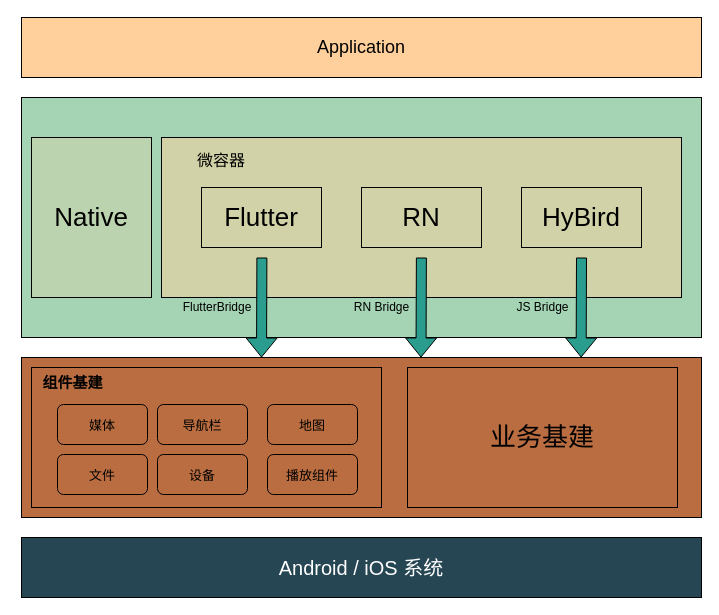
Dcell/drawio keeps this draw.io diagram as mic_container.drawio. Above is the earlier version. Source tidied: cells renumbered, new cells numbered last; positions are measured from the earlier drawing's top-left corner, leaving out a move shared by most shapes. Both pictures are drawn from the tidied source at 100%, with x=0, y=0 at pixel (17, 17).
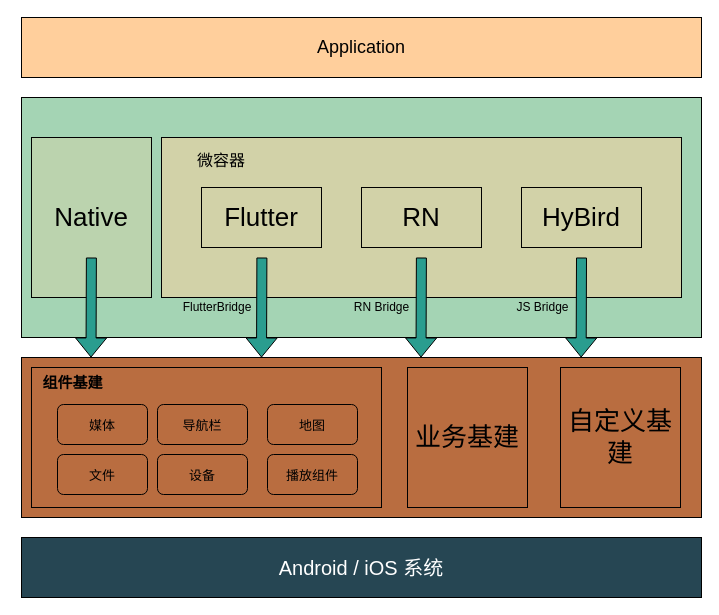
The same page after the edit.

Unchanged cells that the change refers to:
```xml
<mxCell id="2" style="group;" parent="1" vertex="1">
  <mxGeometry width="684" height="580" as="geometry" />
</mxCell>
```

What changed in the source:
```diff
@@
     <mxCell id="7" value="业务基建" style="rounded=0;whiteSpace=wrap;html=1;fillColor=none;fontSize=26;" parent="2" vertex="1">
-      <mxGeometry x="390" y="350" width="270" height="140" as="geometry" />
+      <mxGeometry x="390" y="350" width="120" height="140" as="geometry" />
     </mxCell>
@@
+    <mxCell id="29" style="shape=flexArrow;endArrow=classic;html=1;fontSize=26;fontColor=#000000;entryX=0.823;entryY=0;entryDx=0;entryDy=0;entryPerimeter=0;fillColor=#2A9D8F;" parent="2" edge="1">
+      <mxGeometry relative="1" as="geometry">
+        <mxPoint x="73.9" y="240" as="sourcePoint" />
+        <mxPoint x="73.5" y="340" as="targetPoint" />
+      </mxGeometry>
+    </mxCell>
+    <mxCell id="30" value="自定义基建" style="rounded=0;whiteSpace=wrap;html=1;fillColor=none;fontSize=26;" parent="2" vertex="1">
+      <mxGeometry x="543" y="350" width="120" height="140" as="geometry" />
+    </mxCell>
```
